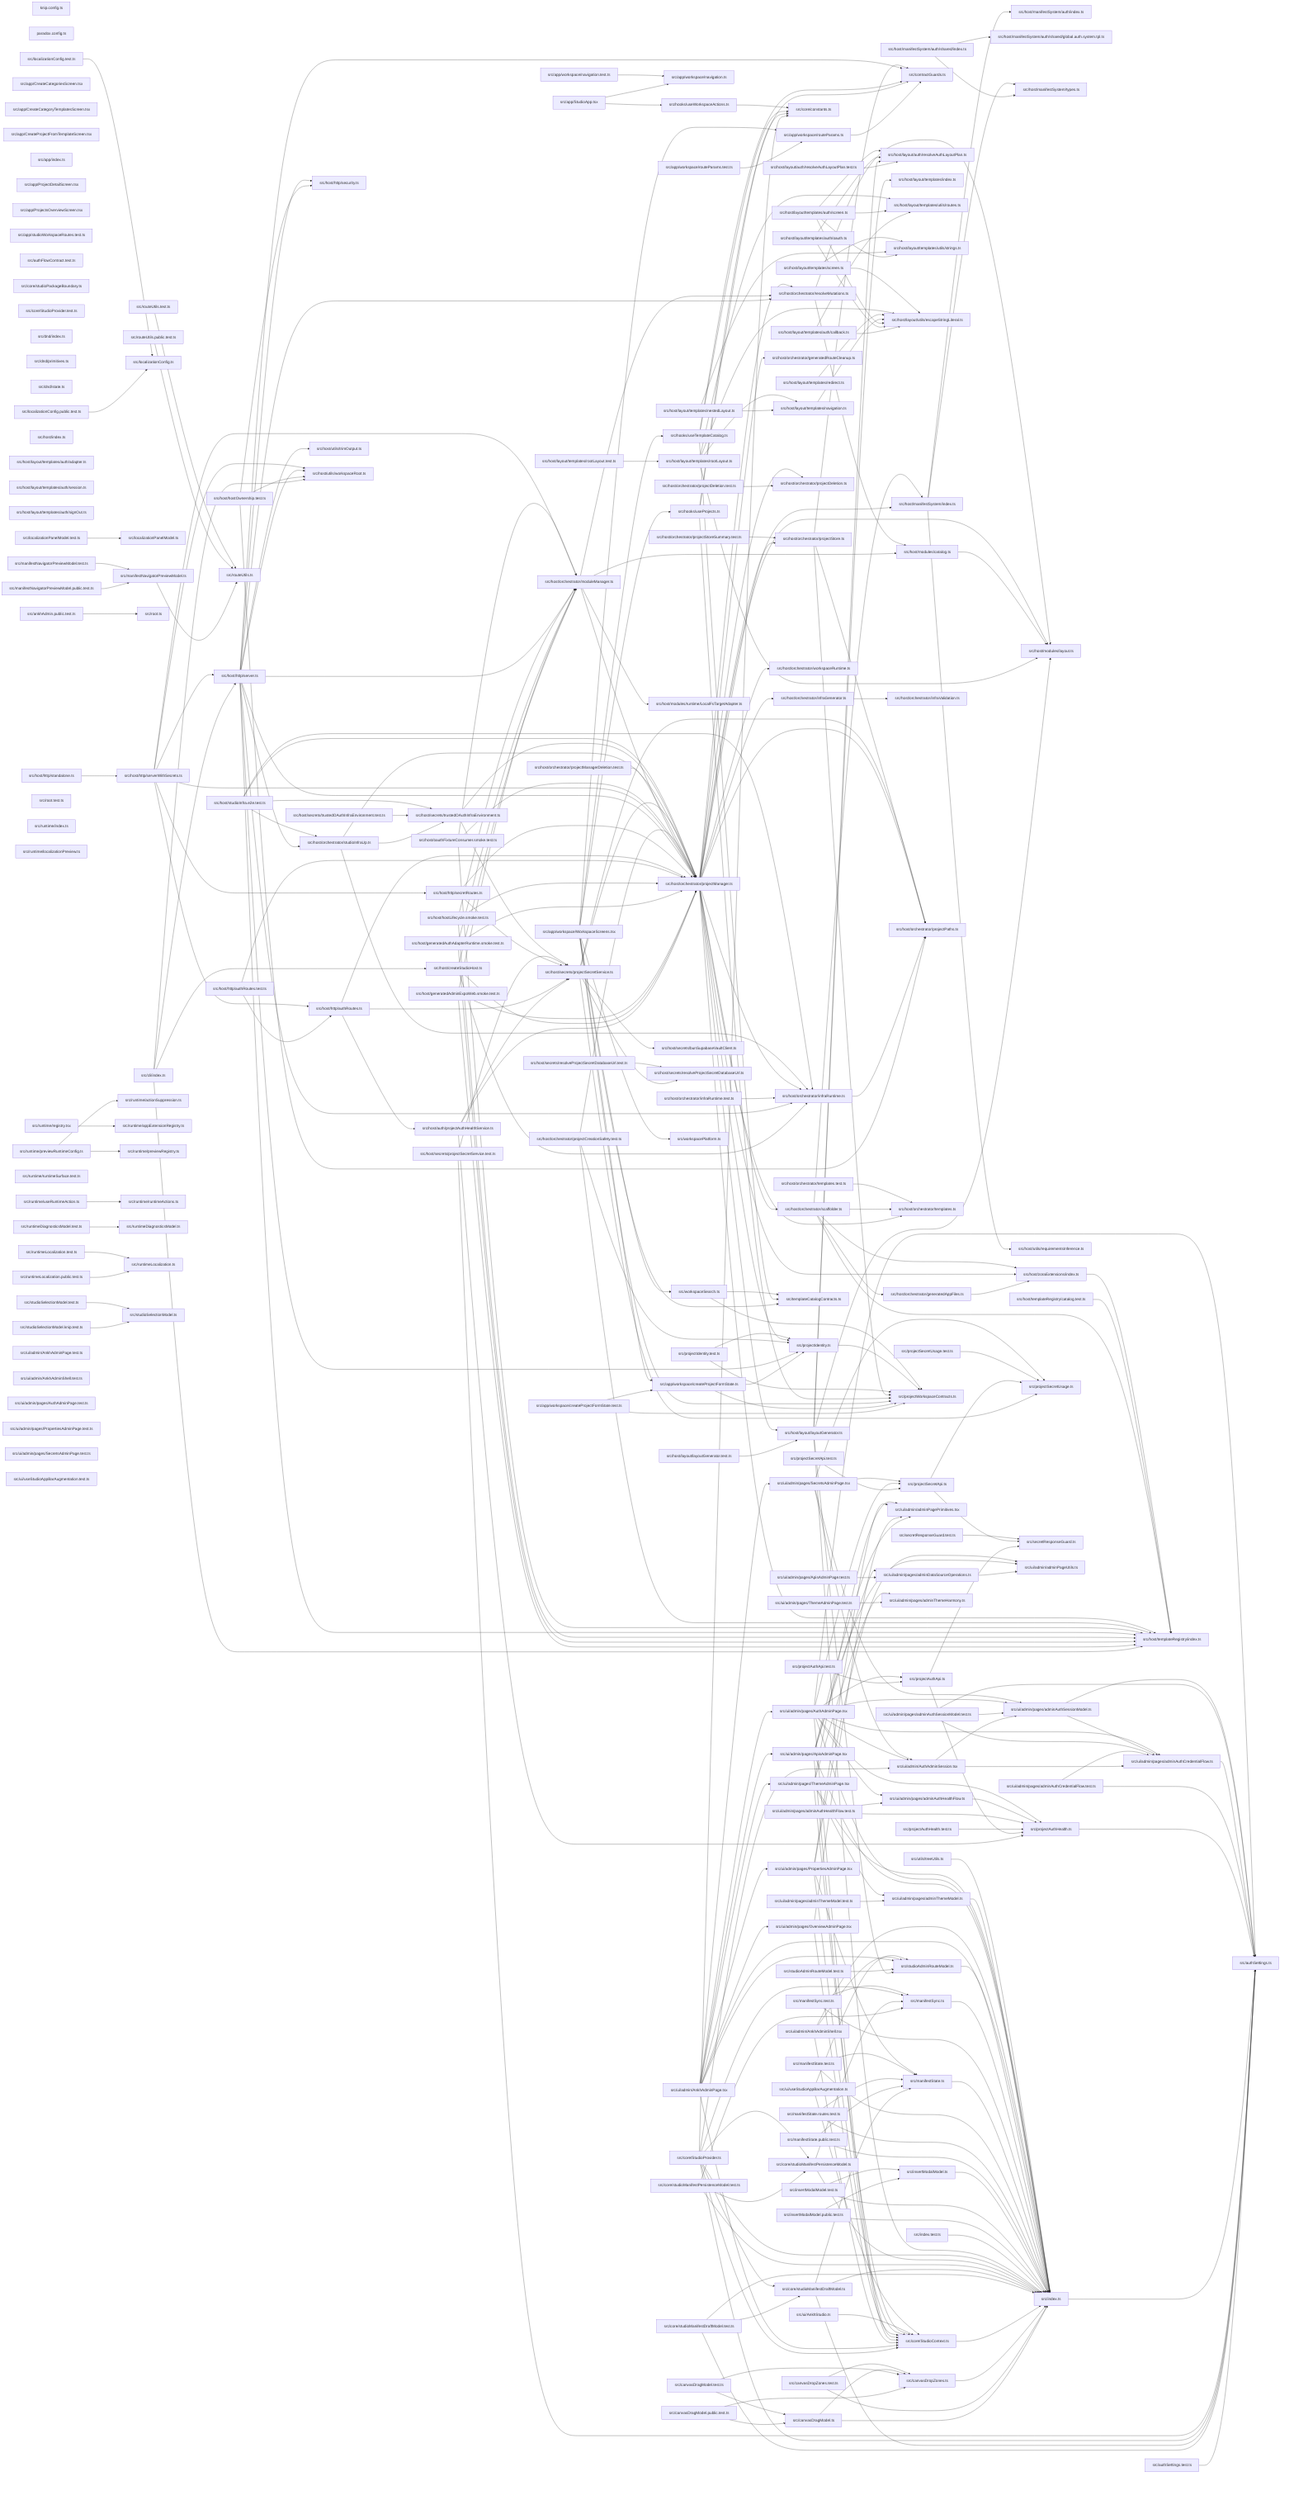
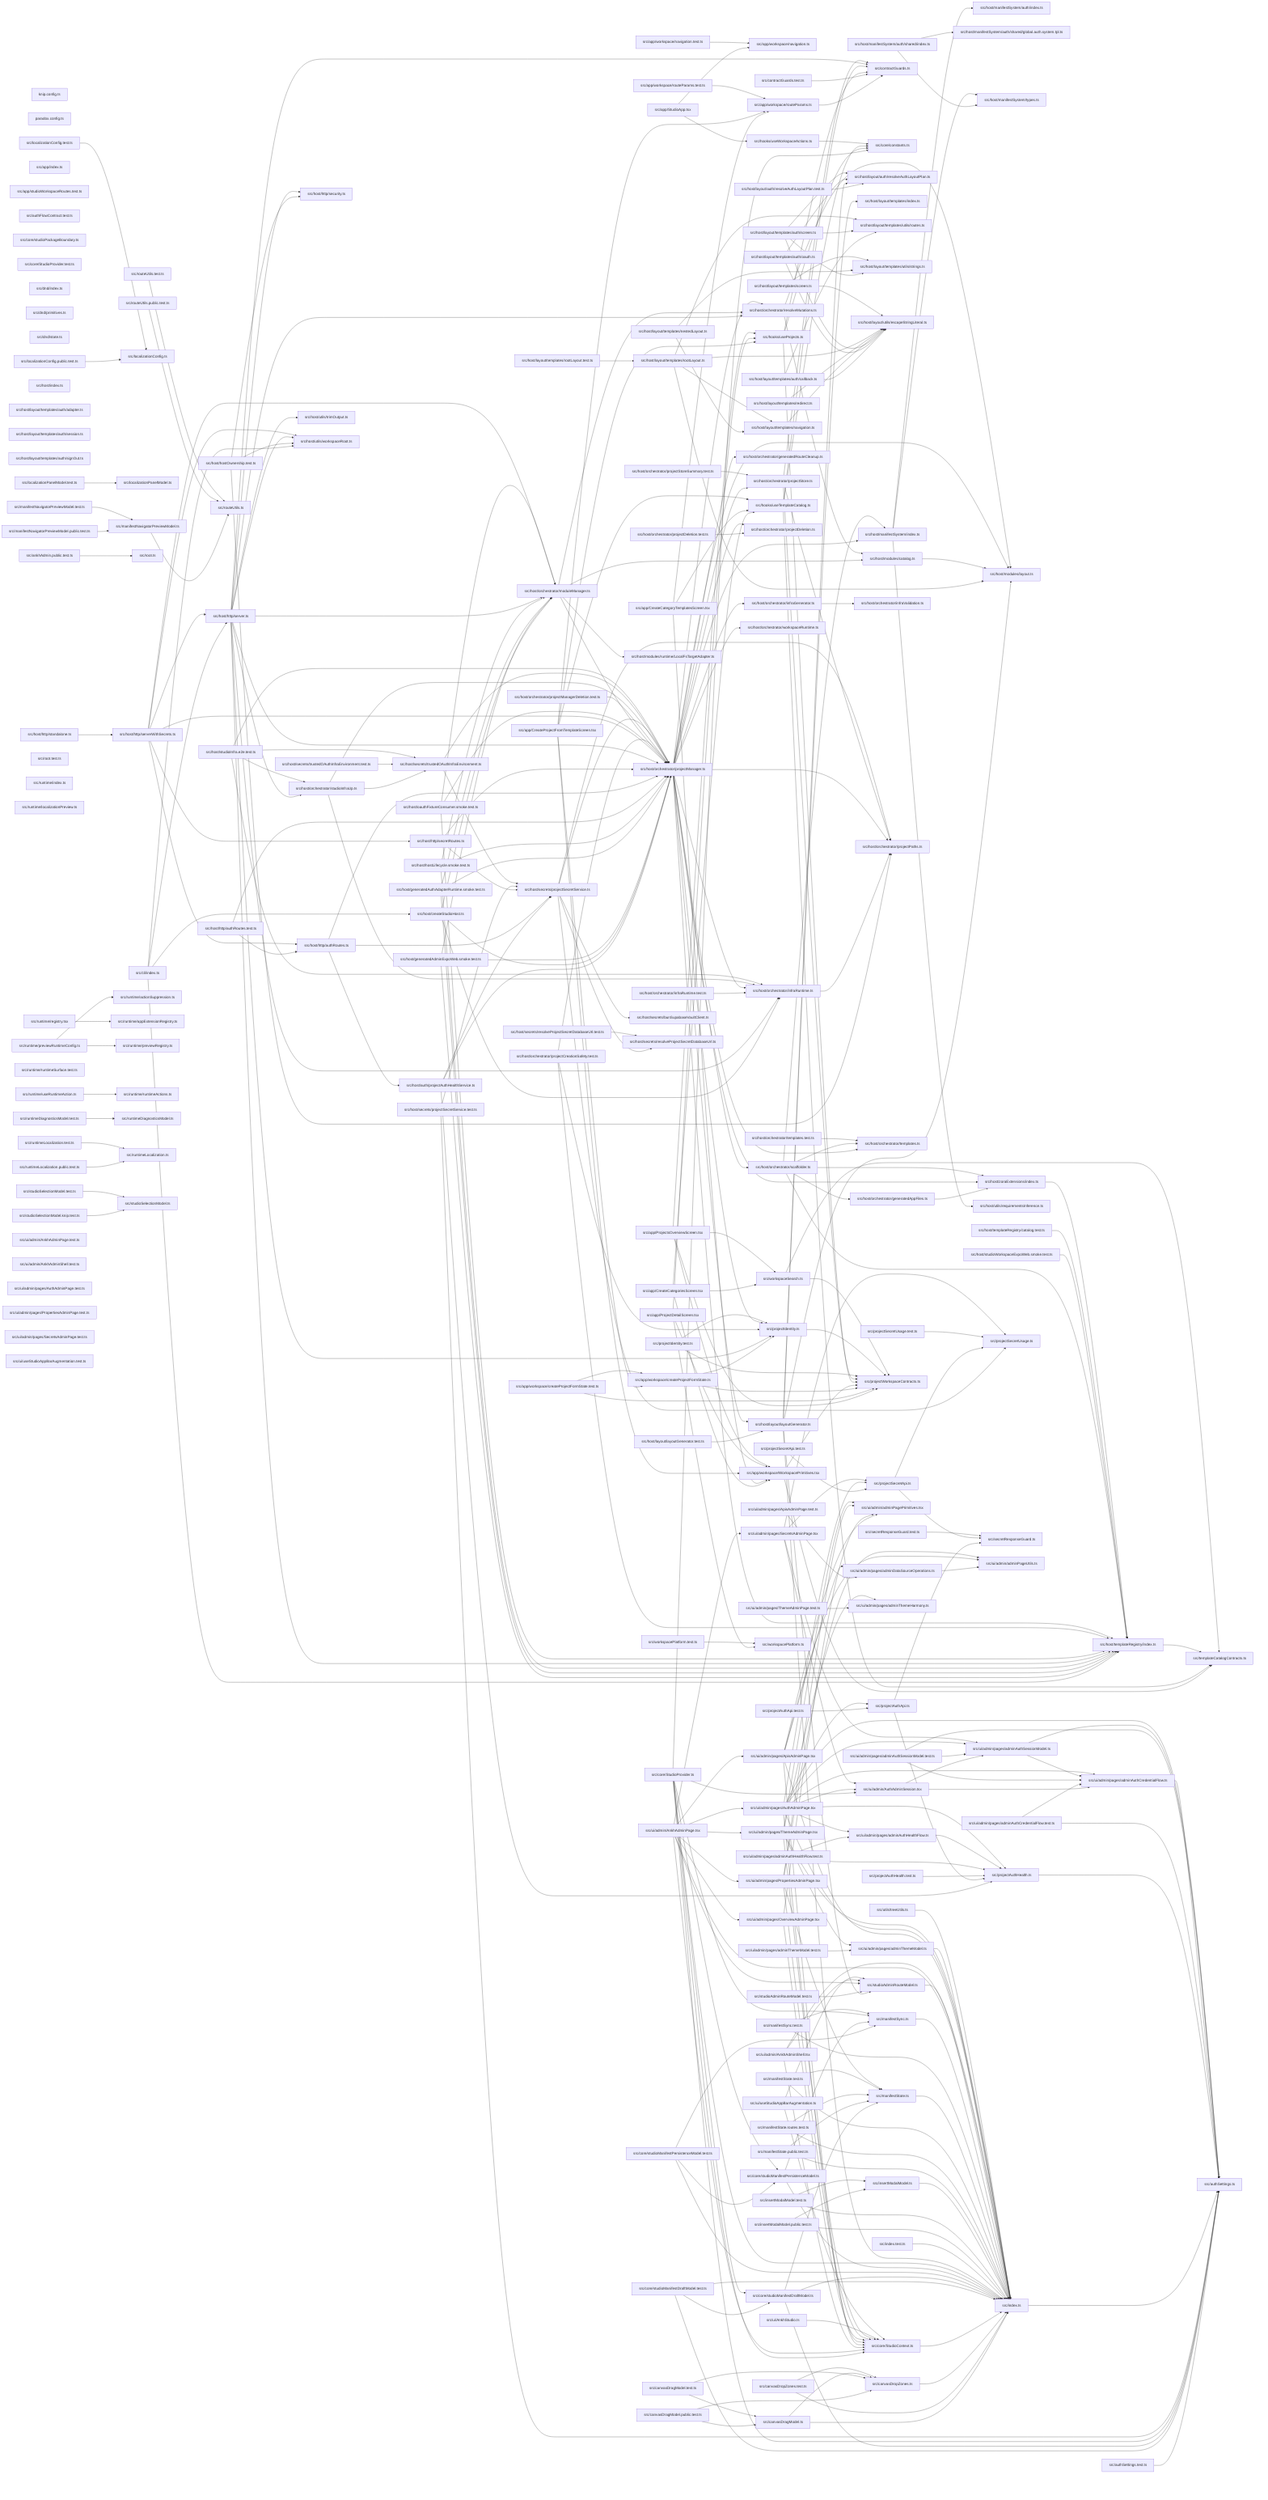
graph LR
  module_knip_config_ts["knip.config.ts"]
  module_paradox_config_ts["paradox.config.ts"]
  module_src_ankhAdmin_public_test_ts["src/ankhAdmin.public.test.ts"]
  module_src_app_CreateCategoriesScreen_tsx["src/app/CreateCategoriesScreen.tsx"]
  module_src_app_CreateCategoryTemplatesScreen_tsx["src/app/CreateCategoryTemplatesScreen.tsx"]
  module_src_app_CreateProjectFromTemplateScreen_tsx["src/app/CreateProjectFromTemplateScreen.tsx"]
  module_src_app_index_ts["src/app/index.ts"]
  module_src_app_ProjectDetailScreen_tsx["src/app/ProjectDetailScreen.tsx"]
  module_src_app_ProjectsOverviewScreen_tsx["src/app/ProjectsOverviewScreen.tsx"]
  module_src_app_StudioApp_tsx["src/app/StudioApp.tsx"]
  module_src_app_studioWorkspaceRoutes_test_ts["src/app/studioWorkspaceRoutes.test.ts"]
  module_src_app_workspace_createProjectFormState_test_ts["src/app/workspace/createProjectFormState.test.ts"]
  module_src_app_workspace_createProjectFormState_ts["src/app/workspace/createProjectFormState.ts"]
  module_src_app_workspace_navigation_test_ts["src/app/workspace/navigation.test.ts"]
  module_src_app_workspace_navigation_ts["src/app/workspace/navigation.ts"]
  module_src_app_workspace_routeParams_test_ts["src/app/workspace/routeParams.test.ts"]
  module_src_app_workspace_routeParams_ts["src/app/workspace/routeParams.ts"]
-   module_src_app_workspace_WorkspaceScreens_tsx["src/app/workspace/WorkspaceScreens.tsx"]
+   module_src_app_workspace_WorkspacePrimitives_tsx["src/app/workspace/WorkspacePrimitives.tsx"]
  module_src_authFlowContract_test_ts["src/authFlowContract.test.ts"]
  module_src_authSettings_test_ts["src/authSettings.test.ts"]
  module_src_authSettings_ts["src/authSettings.ts"]
  module_src_canvasDragModel_public_test_ts["src/canvasDragModel.public.test.ts"]
  module_src_canvasDragModel_test_ts["src/canvasDragModel.test.ts"]
  module_src_canvasDragModel_ts["src/canvasDragModel.ts"]
  module_src_canvasDropZones_test_ts["src/canvasDropZones.test.ts"]
  module_src_canvasDropZones_ts["src/canvasDropZones.ts"]
  module_src_cli_index_ts["src/cli/index.ts"]
+   module_src_contractGuards_test_ts["src/contractGuards.test.ts"]
  module_src_contractGuards_ts["src/contractGuards.ts"]
  module_src_core_constants_ts["src/core/constants.ts"]
  module_src_core_StudioContext_ts["src/core/StudioContext.ts"]
  module_src_core_studioManifestDraftModel_test_ts["src/core/studioManifestDraftModel.test.ts"]
  module_src_core_studioManifestDraftModel_ts["src/core/studioManifestDraftModel.ts"]
  module_src_core_studioManifestPersistenceModel_test_ts["src/core/studioManifestPersistenceModel.test.ts"]
  module_src_core_studioManifestPersistenceModel_ts["src/core/studioManifestPersistenceModel.ts"]
  module_src_core_studioPackageBoundary_ts["src/core/studioPackageBoundary.ts"]
  module_src_core_StudioProvider_test_ts["src/core/StudioProvider.test.ts"]
  module_src_core_StudioProvider_ts["src/core/StudioProvider.ts"]
  module_src_dnd_index_ts["src/dnd/index.ts"]
  module_src_dnd_primitives_ts["src/dnd/primitives.ts"]
  module_src_dnd_state_ts["src/dnd/state.ts"]
  module_src_hooks_useProjects_ts["src/hooks/useProjects.ts"]
  module_src_hooks_useTemplateCatalog_ts["src/hooks/useTemplateCatalog.ts"]
  module_src_hooks_useWorkspaceActions_ts["src/hooks/useWorkspaceActions.ts"]
  module_src_host_auth_projectAuthHealthService_ts["src/host/auth/projectAuthHealthService.ts"]
  module_src_host_createStudioHost_ts["src/host/createStudioHost.ts"]
  module_src_host_generatedAdminExpoWeb_smoke_test_ts["src/host/generatedAdminExpoWeb.smoke.test.ts"]
  module_src_host_generatedAuthAdapterRuntime_smoke_test_ts["src/host/generatedAuthAdapterRuntime.smoke.test.ts"]
  module_src_host_hostLifecycle_smoke_test_ts["src/host/hostLifecycle.smoke.test.ts"]
  module_src_host_hostOwnership_test_ts["src/host/hostOwnership.test.ts"]
  module_src_host_http_authRoutes_test_ts["src/host/http/authRoutes.test.ts"]
  module_src_host_http_authRoutes_ts["src/host/http/authRoutes.ts"]
  module_src_host_http_secretRoutes_ts["src/host/http/secretRoutes.ts"]
  module_src_host_http_security_ts["src/host/http/security.ts"]
  module_src_host_http_server_ts["src/host/http/server.ts"]
  module_src_host_http_serverWithSecrets_ts["src/host/http/serverWithSecrets.ts"]
  module_src_host_http_standalone_ts["src/host/http/standalone.ts"]
  module_src_host_index_ts["src/host/index.ts"]
  module_src_host_layout_auth_resolveAuthLayoutPlan_test_ts["src/host/layout/auth/resolveAuthLayoutPlan.test.ts"]
  module_src_host_layout_auth_resolveAuthLayoutPlan_ts["src/host/layout/auth/resolveAuthLayoutPlan.ts"]
  module_src_host_layout_layoutGenerator_test_ts["src/host/layout/layoutGenerator.test.ts"]
  module_src_host_layout_layoutGenerator_ts["src/host/layout/layoutGenerator.ts"]
  module_src_host_layout_templates_auth_adapter_ts["src/host/layout/templates/auth/adapter.ts"]
  module_src_host_layout_templates_auth_callback_ts["src/host/layout/templates/auth/callback.ts"]
  module_src_host_layout_templates_auth_oauth_ts["src/host/layout/templates/auth/oauth.ts"]
  module_src_host_layout_templates_auth_screen_ts["src/host/layout/templates/auth/screen.ts"]
  module_src_host_layout_templates_auth_session_ts["src/host/layout/templates/auth/session.ts"]
  module_src_host_layout_templates_auth_signOut_ts["src/host/layout/templates/auth/signOut.ts"]
  module_src_host_layout_templates_index_ts["src/host/layout/templates/index.ts"]
  module_src_host_layout_templates_navigation_ts["src/host/layout/templates/navigation.ts"]
  module_src_host_layout_templates_nestedLayout_ts["src/host/layout/templates/nestedLayout.ts"]
  module_src_host_layout_templates_redirect_ts["src/host/layout/templates/redirect.ts"]
  module_src_host_layout_templates_rootLayout_test_ts["src/host/layout/templates/rootLayout.test.ts"]
  module_src_host_layout_templates_rootLayout_ts["src/host/layout/templates/rootLayout.ts"]
  module_src_host_layout_templates_screen_ts["src/host/layout/templates/screen.ts"]
  module_src_host_layout_templates_utils_routes_ts["src/host/layout/templates/utils/routes.ts"]
  module_src_host_layout_templates_utils_strings_ts["src/host/layout/templates/utils/strings.ts"]
  module_src_host_layout_utils_escapeStringLiteral_ts["src/host/layout/utils/escapeStringLiteral.ts"]
  module_src_host_manifestSystem_auth_index_ts["src/host/manifestSystem/auth/index.ts"]
  module_src_host_manifestSystem_auth_shared_global_auth_system_tpl_ts["src/host/manifestSystem/auth/shared/global.auth.system.tpl.ts"]
  module_src_host_manifestSystem_auth_shared_index_ts["src/host/manifestSystem/auth/shared/index.ts"]
  module_src_host_manifestSystem_index_ts["src/host/manifestSystem/index.ts"]
  module_src_host_manifestSystem_types_ts["src/host/manifestSystem/types.ts"]
  module_src_host_modules_catalog_ts["src/host/modules/catalog.ts"]
  module_src_host_modules_layout_ts["src/host/modules/layout.ts"]
  module_src_host_modules_runtime_LocalFsTargetAdapter_ts["src/host/modules/runtime/LocalFsTargetAdapter.ts"]
  module_src_host_oauthFixtureConsumer_smoke_test_ts["src/host/oauthFixtureConsumer.smoke.test.ts"]
  module_src_host_orchestrator_generatedAppFiles_ts["src/host/orchestrator/generatedAppFiles.ts"]
  module_src_host_orchestrator_generatedRouteCleanup_ts["src/host/orchestrator/generatedRouteCleanup.ts"]
  module_src_host_orchestrator_infraGenerator_ts["src/host/orchestrator/infraGenerator.ts"]
  module_src_host_orchestrator_infraRuntime_test_ts["src/host/orchestrator/infraRuntime.test.ts"]
  module_src_host_orchestrator_infraRuntime_ts["src/host/orchestrator/infraRuntime.ts"]
  module_src_host_orchestrator_infraValidation_ts["src/host/orchestrator/infraValidation.ts"]
  module_src_host_orchestrator_moduleManager_ts["src/host/orchestrator/moduleManager.ts"]
  module_src_host_orchestrator_projectCreationSafety_test_ts["src/host/orchestrator/projectCreationSafety.test.ts"]
  module_src_host_orchestrator_projectDeletion_test_ts["src/host/orchestrator/projectDeletion.test.ts"]
  module_src_host_orchestrator_projectDeletion_ts["src/host/orchestrator/projectDeletion.ts"]
  module_src_host_orchestrator_projectManager_ts["src/host/orchestrator/projectManager.ts"]
  module_src_host_orchestrator_projectManagerDeletion_test_ts["src/host/orchestrator/projectManagerDeletion.test.ts"]
  module_src_host_orchestrator_projectPaths_ts["src/host/orchestrator/projectPaths.ts"]
  module_src_host_orchestrator_projectStore_ts["src/host/orchestrator/projectStore.ts"]
  module_src_host_orchestrator_projectStoreSummary_test_ts["src/host/orchestrator/projectStoreSummary.test.ts"]
  module_src_host_orchestrator_resolveMutations_ts["src/host/orchestrator/resolveMutations.ts"]
  module_src_host_orchestrator_scaffolder_ts["src/host/orchestrator/scaffolder.ts"]
  module_src_host_orchestrator_studioInfraUp_ts["src/host/orchestrator/studioInfraUp.ts"]
  module_src_host_orchestrator_templates_test_ts["src/host/orchestrator/templates.test.ts"]
  module_src_host_orchestrator_templates_ts["src/host/orchestrator/templates.ts"]
  module_src_host_orchestrator_workspaceRuntime_ts["src/host/orchestrator/workspaceRuntime.ts"]
  module_src_host_secrets_bunSupabaseVaultClient_ts["src/host/secrets/bunSupabaseVaultClient.ts"]
  module_src_host_secrets_projectSecretService_test_ts["src/host/secrets/projectSecretService.test.ts"]
  module_src_host_secrets_projectSecretService_ts["src/host/secrets/projectSecretService.ts"]
  module_src_host_secrets_resolveProjectSecretDatabaseUrl_test_ts["src/host/secrets/resolveProjectSecretDatabaseUrl.test.ts"]
  module_src_host_secrets_resolveProjectSecretDatabaseUrl_ts["src/host/secrets/resolveProjectSecretDatabaseUrl.ts"]
  module_src_host_secrets_trustedOAuthInfraEnvironment_test_ts["src/host/secrets/trustedOAuthInfraEnvironment.test.ts"]
  module_src_host_secrets_trustedOAuthInfraEnvironment_ts["src/host/secrets/trustedOAuthInfraEnvironment.ts"]
  module_src_host_studioInfra_e2e_test_ts["src/host/studioInfra.e2e.test.ts"]
+   module_src_host_studioWorkspaceExpoWeb_smoke_test_ts["src/host/studioWorkspaceExpoWeb.smoke.test.ts"]
  module_src_host_templateRegistry_catalog_test_ts["src/host/templateRegistry/catalog.test.ts"]
  module_src_host_templateRegistry_index_ts["src/host/templateRegistry/index.ts"]
  module_src_host_utils_requirementsInference_ts["src/host/utils/requirementsInference.ts"]
  module_src_host_utils_trimOutput_ts["src/host/utils/trimOutput.ts"]
  module_src_host_utils_workspaceRoot_ts["src/host/utils/workspaceRoot.ts"]
  module_src_host_zoraExtensions_index_ts["src/host/zoraExtensions/index.ts"]
  module_src_index_test_ts["src/index.test.ts"]
  module_src_index_ts["src/index.ts"]
  module_src_insertModalModel_public_test_ts["src/insertModalModel.public.test.ts"]
  module_src_insertModalModel_test_ts["src/insertModalModel.test.ts"]
  module_src_insertModalModel_ts["src/insertModalModel.ts"]
  module_src_localizationConfig_public_test_ts["src/localizationConfig.public.test.ts"]
  module_src_localizationConfig_test_ts["src/localizationConfig.test.ts"]
  module_src_localizationConfig_ts["src/localizationConfig.ts"]
  module_src_localizationPanelModel_test_ts["src/localizationPanelModel.test.ts"]
  module_src_localizationPanelModel_ts["src/localizationPanelModel.ts"]
  module_src_manifestNavigatorPreviewModel_public_test_ts["src/manifestNavigatorPreviewModel.public.test.ts"]
  module_src_manifestNavigatorPreviewModel_test_ts["src/manifestNavigatorPreviewModel.test.ts"]
  module_src_manifestNavigatorPreviewModel_ts["src/manifestNavigatorPreviewModel.ts"]
  module_src_manifestState_public_test_ts["src/manifestState.public.test.ts"]
  module_src_manifestState_routes_test_ts["src/manifestState.routes.test.ts"]
  module_src_manifestState_test_ts["src/manifestState.test.ts"]
  module_src_manifestState_ts["src/manifestState.ts"]
  module_src_manifestSync_test_ts["src/manifestSync.test.ts"]
  module_src_manifestSync_ts["src/manifestSync.ts"]
  module_src_projectAuthApi_test_ts["src/projectAuthApi.test.ts"]
  module_src_projectAuthApi_ts["src/projectAuthApi.ts"]
  module_src_projectAuthHealth_test_ts["src/projectAuthHealth.test.ts"]
  module_src_projectAuthHealth_ts["src/projectAuthHealth.ts"]
  module_src_projectIdentity_test_ts["src/projectIdentity.test.ts"]
  module_src_projectIdentity_ts["src/projectIdentity.ts"]
  module_src_projectSecretApi_test_ts["src/projectSecretApi.test.ts"]
  module_src_projectSecretApi_ts["src/projectSecretApi.ts"]
  module_src_projectSecretUsage_test_ts["src/projectSecretUsage.test.ts"]
  module_src_projectSecretUsage_ts["src/projectSecretUsage.ts"]
  module_src_projectWorkspaceContracts_ts["src/projectWorkspaceContracts.ts"]
  module_src_root_test_ts["src/root.test.ts"]
  module_src_root_ts["src/root.ts"]
  module_src_routeUtils_public_test_ts["src/routeUtils.public.test.ts"]
  module_src_routeUtils_test_ts["src/routeUtils.test.ts"]
  module_src_routeUtils_ts["src/routeUtils.ts"]
  module_src_runtime_actionSuppression_ts["src/runtime/actionSuppression.ts"]
  module_src_runtime_appExtensionRegistry_ts["src/runtime/appExtensionRegistry.ts"]
  module_src_runtime_index_ts["src/runtime/index.ts"]
  module_src_runtime_localizationPreview_ts["src/runtime/localizationPreview.ts"]
  module_src_runtime_previewRegistry_ts["src/runtime/previewRegistry.ts"]
  module_src_runtime_previewRuntimeConfig_ts["src/runtime/previewRuntimeConfig.ts"]
  module_src_runtime_registry_tsx["src/runtime/registry.tsx"]
  module_src_runtime_runtimeActions_ts["src/runtime/runtimeActions.ts"]
  module_src_runtime_runtimeSurface_test_ts["src/runtime/runtimeSurface.test.ts"]
  module_src_runtime_useRuntimeAction_ts["src/runtime/useRuntimeAction.ts"]
  module_src_runtimeDiagnosticsModel_test_ts["src/runtimeDiagnosticsModel.test.ts"]
  module_src_runtimeDiagnosticsModel_ts["src/runtimeDiagnosticsModel.ts"]
  module_src_runtimeLocalization_public_test_ts["src/runtimeLocalization.public.test.ts"]
  module_src_runtimeLocalization_test_ts["src/runtimeLocalization.test.ts"]
  module_src_runtimeLocalization_ts["src/runtimeLocalization.ts"]
  module_src_secretResponseGuard_test_ts["src/secretResponseGuard.test.ts"]
  module_src_secretResponseGuard_ts["src/secretResponseGuard.ts"]
  module_src_studioAdminRouteModel_test_ts["src/studioAdminRouteModel.test.ts"]
  module_src_studioAdminRouteModel_ts["src/studioAdminRouteModel.ts"]
  module_src_studioSelectionModel_knip_test_ts["src/studioSelectionModel.knip.test.ts"]
  module_src_studioSelectionModel_test_ts["src/studioSelectionModel.test.ts"]
  module_src_studioSelectionModel_ts["src/studioSelectionModel.ts"]
  module_src_templateCatalogContracts_ts["src/templateCatalogContracts.ts"]
  module_src_ui_admin_adminPagePrimitives_tsx["src/ui/admin/adminPagePrimitives.tsx"]
  module_src_ui_admin_adminPageUtils_ts["src/ui/admin/adminPageUtils.ts"]
  module_src_ui_admin_AnkhAdminPage_test_ts["src/ui/admin/AnkhAdminPage.test.ts"]
  module_src_ui_admin_AnkhAdminPage_tsx["src/ui/admin/AnkhAdminPage.tsx"]
  module_src_ui_admin_AnkhAdminShell_test_ts["src/ui/admin/AnkhAdminShell.test.ts"]
  module_src_ui_admin_AnkhAdminShell_tsx["src/ui/admin/AnkhAdminShell.tsx"]
  module_src_ui_admin_AuthAdminSession_tsx["src/ui/admin/AuthAdminSession.tsx"]
  module_src_ui_admin_pages_adminAuthCredentialFlow_test_ts["src/ui/admin/pages/adminAuthCredentialFlow.test.ts"]
  module_src_ui_admin_pages_adminAuthCredentialFlow_ts["src/ui/admin/pages/adminAuthCredentialFlow.ts"]
  module_src_ui_admin_pages_adminAuthHealthFlow_test_ts["src/ui/admin/pages/adminAuthHealthFlow.test.ts"]
  module_src_ui_admin_pages_adminAuthHealthFlow_ts["src/ui/admin/pages/adminAuthHealthFlow.ts"]
  module_src_ui_admin_pages_adminAuthSessionModel_test_ts["src/ui/admin/pages/adminAuthSessionModel.test.ts"]
  module_src_ui_admin_pages_adminAuthSessionModel_ts["src/ui/admin/pages/adminAuthSessionModel.ts"]
  module_src_ui_admin_pages_adminDataSourceOperations_ts["src/ui/admin/pages/adminDataSourceOperations.ts"]
  module_src_ui_admin_pages_adminThemeHarmony_ts["src/ui/admin/pages/adminThemeHarmony.ts"]
  module_src_ui_admin_pages_adminThemeModel_test_ts["src/ui/admin/pages/adminThemeModel.test.ts"]
  module_src_ui_admin_pages_adminThemeModel_ts["src/ui/admin/pages/adminThemeModel.ts"]
  module_src_ui_admin_pages_ApisAdminPage_test_ts["src/ui/admin/pages/ApisAdminPage.test.ts"]
  module_src_ui_admin_pages_ApisAdminPage_tsx["src/ui/admin/pages/ApisAdminPage.tsx"]
  module_src_ui_admin_pages_AuthAdminPage_test_ts["src/ui/admin/pages/AuthAdminPage.test.ts"]
  module_src_ui_admin_pages_AuthAdminPage_tsx["src/ui/admin/pages/AuthAdminPage.tsx"]
  module_src_ui_admin_pages_OverviewAdminPage_tsx["src/ui/admin/pages/OverviewAdminPage.tsx"]
  module_src_ui_admin_pages_PropertiesAdminPage_test_ts["src/ui/admin/pages/PropertiesAdminPage.test.ts"]
  module_src_ui_admin_pages_PropertiesAdminPage_tsx["src/ui/admin/pages/PropertiesAdminPage.tsx"]
  module_src_ui_admin_pages_SecretsAdminPage_test_ts["src/ui/admin/pages/SecretsAdminPage.test.ts"]
  module_src_ui_admin_pages_SecretsAdminPage_tsx["src/ui/admin/pages/SecretsAdminPage.tsx"]
  module_src_ui_admin_pages_ThemeAdminPage_test_ts["src/ui/admin/pages/ThemeAdminPage.test.ts"]
  module_src_ui_admin_pages_ThemeAdminPage_tsx["src/ui/admin/pages/ThemeAdminPage.tsx"]
  module_src_ui_AnkhStudio_ts["src/ui/AnkhStudio.ts"]
  module_src_ui_useStudioAppBarAugmentation_test_ts["src/ui/useStudioAppBarAugmentation.test.ts"]
  module_src_ui_useStudioAppBarAugmentation_ts["src/ui/useStudioAppBarAugmentation.ts"]
  module_src_utils_treeUtils_ts["src/utils/treeUtils.ts"]
+   module_src_workspacePlatform_test_ts["src/workspacePlatform.test.ts"]
  module_src_workspacePlatform_ts["src/workspacePlatform.ts"]
  module_src_workspaceSearch_ts["src/workspaceSearch.ts"]
  module_src_ankhAdmin_public_test_ts --> module_src_root_ts
+   module_src_app_CreateCategoriesScreen_tsx --> module_src_app_workspace_WorkspacePrimitives_tsx
+   module_src_app_CreateCategoriesScreen_tsx --> module_src_hooks_useTemplateCatalog_ts
+   module_src_app_CreateCategoriesScreen_tsx --> module_src_workspaceSearch_ts
+   module_src_app_CreateCategoryTemplatesScreen_tsx --> module_src_app_workspace_routeParams_ts
+   module_src_app_CreateCategoryTemplatesScreen_tsx --> module_src_app_workspace_WorkspacePrimitives_tsx
+   module_src_app_CreateCategoryTemplatesScreen_tsx --> module_src_hooks_useTemplateCatalog_ts
+   module_src_app_CreateProjectFromTemplateScreen_tsx --> module_src_app_workspace_createProjectFormState_ts
+   module_src_app_CreateProjectFromTemplateScreen_tsx --> module_src_app_workspace_routeParams_ts
+   module_src_app_CreateProjectFromTemplateScreen_tsx --> module_src_app_workspace_WorkspacePrimitives_tsx
+   module_src_app_CreateProjectFromTemplateScreen_tsx --> module_src_hooks_useProjects_ts
+   module_src_app_CreateProjectFromTemplateScreen_tsx --> module_src_hooks_useTemplateCatalog_ts
+   module_src_app_ProjectDetailScreen_tsx --> module_src_app_workspace_WorkspacePrimitives_tsx
+   module_src_app_ProjectDetailScreen_tsx --> module_src_hooks_useProjects_ts
+   module_src_app_ProjectDetailScreen_tsx --> module_src_workspacePlatform_ts
+   module_src_app_ProjectsOverviewScreen_tsx --> module_src_app_workspace_WorkspacePrimitives_tsx
+   module_src_app_ProjectsOverviewScreen_tsx --> module_src_hooks_useProjects_ts
+   module_src_app_ProjectsOverviewScreen_tsx --> module_src_projectWorkspaceContracts_ts
+   module_src_app_ProjectsOverviewScreen_tsx --> module_src_workspaceSearch_ts
  module_src_app_StudioApp_tsx --> module_src_app_workspace_navigation_ts
  module_src_app_StudioApp_tsx --> module_src_hooks_useWorkspaceActions_ts
  module_src_app_workspace_createProjectFormState_test_ts --> module_src_app_workspace_createProjectFormState_ts
  module_src_app_workspace_createProjectFormState_test_ts --> module_src_projectWorkspaceContracts_ts
  module_src_app_workspace_createProjectFormState_ts --> module_src_projectIdentity_ts
  module_src_app_workspace_createProjectFormState_ts --> module_src_projectWorkspaceContracts_ts
  module_src_app_workspace_navigation_test_ts --> module_src_app_workspace_navigation_ts
  module_src_app_workspace_routeParams_test_ts --> module_src_app_workspace_routeParams_ts
  module_src_app_workspace_routeParams_ts --> module_src_contractGuards_ts
-   module_src_app_workspace_WorkspaceScreens_tsx --> module_src_app_workspace_createProjectFormState_ts
-   module_src_app_workspace_WorkspaceScreens_tsx --> module_src_app_workspace_routeParams_ts
-   module_src_app_workspace_WorkspaceScreens_tsx --> module_src_hooks_useProjects_ts
-   module_src_app_workspace_WorkspaceScreens_tsx --> module_src_hooks_useTemplateCatalog_ts
-   module_src_app_workspace_WorkspaceScreens_tsx --> module_src_projectWorkspaceContracts_ts
-   module_src_app_workspace_WorkspaceScreens_tsx --> module_src_templateCatalogContracts_ts
-   module_src_app_workspace_WorkspaceScreens_tsx --> module_src_workspacePlatform_ts
-   module_src_app_workspace_WorkspaceScreens_tsx --> module_src_workspaceSearch_ts
+   module_src_app_workspace_WorkspacePrimitives_tsx --> module_src_projectWorkspaceContracts_ts
+   module_src_app_workspace_WorkspacePrimitives_tsx --> module_src_templateCatalogContracts_ts
  module_src_authSettings_test_ts --> module_src_authSettings_ts
  module_src_canvasDragModel_public_test_ts --> module_src_canvasDragModel_ts
  module_src_canvasDragModel_public_test_ts --> module_src_canvasDropZones_ts
  module_src_canvasDragModel_test_ts --> module_src_canvasDragModel_ts
  module_src_canvasDragModel_test_ts --> module_src_canvasDropZones_ts
  module_src_canvasDragModel_ts --> module_src_canvasDropZones_ts
  module_src_canvasDragModel_ts --> module_src_index_ts
  module_src_canvasDropZones_test_ts --> module_src_canvasDropZones_ts
  module_src_canvasDropZones_test_ts --> module_src_index_ts
  module_src_canvasDropZones_ts --> module_src_index_ts
  module_src_cli_index_ts --> module_src_host_createStudioHost_ts
  module_src_cli_index_ts --> module_src_host_http_server_ts
  module_src_cli_index_ts --> module_src_host_templateRegistry_index_ts
  module_src_cli_index_ts --> module_src_host_utils_workspaceRoot_ts
+   module_src_contractGuards_test_ts --> module_src_contractGuards_ts
  module_src_core_StudioContext_ts --> module_src_index_ts
  module_src_core_studioManifestDraftModel_test_ts --> module_src_authSettings_ts
  module_src_core_studioManifestDraftModel_test_ts --> module_src_core_studioManifestDraftModel_ts
  module_src_core_studioManifestDraftModel_test_ts --> module_src_index_ts
  module_src_core_studioManifestDraftModel_ts --> module_src_authSettings_ts
  module_src_core_studioManifestDraftModel_ts --> module_src_index_ts
  module_src_core_studioManifestDraftModel_ts --> module_src_manifestState_ts
  module_src_core_studioManifestPersistenceModel_test_ts --> module_src_core_studioManifestPersistenceModel_ts
  module_src_core_studioManifestPersistenceModel_test_ts --> module_src_index_ts
  module_src_core_studioManifestPersistenceModel_test_ts --> module_src_manifestSync_ts
  module_src_core_studioManifestPersistenceModel_ts --> module_src_index_ts
  module_src_core_studioManifestPersistenceModel_ts --> module_src_manifestSync_ts
  module_src_core_StudioProvider_ts --> module_src_authSettings_ts
  module_src_core_StudioProvider_ts --> module_src_core_constants_ts
  module_src_core_StudioProvider_ts --> module_src_core_StudioContext_ts
  module_src_core_StudioProvider_ts --> module_src_core_studioManifestDraftModel_ts
  module_src_core_StudioProvider_ts --> module_src_core_studioManifestPersistenceModel_ts
  module_src_core_StudioProvider_ts --> module_src_index_ts
  module_src_core_StudioProvider_ts --> module_src_manifestSync_ts
  module_src_core_StudioProvider_ts --> module_src_ui_admin_AuthAdminSession_tsx
  module_src_hooks_useProjects_ts --> module_src_contractGuards_ts
  module_src_hooks_useProjects_ts --> module_src_core_constants_ts
  module_src_hooks_useProjects_ts --> module_src_projectWorkspaceContracts_ts
  module_src_hooks_useTemplateCatalog_ts --> module_src_contractGuards_ts
  module_src_hooks_useTemplateCatalog_ts --> module_src_core_constants_ts
  module_src_hooks_useTemplateCatalog_ts --> module_src_templateCatalogContracts_ts
  module_src_hooks_useWorkspaceActions_ts --> module_src_core_constants_ts
  module_src_host_auth_projectAuthHealthService_ts --> module_src_host_orchestrator_projectManager_ts
  module_src_host_auth_projectAuthHealthService_ts --> module_src_host_secrets_projectSecretService_ts
  module_src_host_auth_projectAuthHealthService_ts --> module_src_projectAuthHealth_ts
  module_src_host_createStudioHost_ts --> module_src_host_orchestrator_infraRuntime_ts
  module_src_host_createStudioHost_ts --> module_src_host_orchestrator_moduleManager_ts
  module_src_host_createStudioHost_ts --> module_src_host_orchestrator_projectManager_ts
  module_src_host_generatedAdminExpoWeb_smoke_test_ts --> module_src_host_orchestrator_moduleManager_ts
  module_src_host_generatedAdminExpoWeb_smoke_test_ts --> module_src_host_orchestrator_projectManager_ts
  module_src_host_generatedAdminExpoWeb_smoke_test_ts --> module_src_host_templateRegistry_index_ts
  module_src_host_generatedAuthAdapterRuntime_smoke_test_ts --> module_src_host_orchestrator_moduleManager_ts
  module_src_host_generatedAuthAdapterRuntime_smoke_test_ts --> module_src_host_orchestrator_projectManager_ts
  module_src_host_generatedAuthAdapterRuntime_smoke_test_ts --> module_src_host_templateRegistry_index_ts
  module_src_host_hostLifecycle_smoke_test_ts --> module_src_host_orchestrator_moduleManager_ts
  module_src_host_hostLifecycle_smoke_test_ts --> module_src_host_orchestrator_projectManager_ts
  module_src_host_hostLifecycle_smoke_test_ts --> module_src_host_templateRegistry_index_ts
  module_src_host_hostOwnership_test_ts --> module_src_host_http_security_ts
  module_src_host_hostOwnership_test_ts --> module_src_host_orchestrator_projectPaths_ts
  module_src_host_hostOwnership_test_ts --> module_src_host_utils_workspaceRoot_ts
  module_src_host_http_authRoutes_test_ts --> module_src_host_http_authRoutes_ts
  module_src_host_http_authRoutes_test_ts --> module_src_host_orchestrator_projectManager_ts
  module_src_host_http_authRoutes_ts --> module_src_host_auth_projectAuthHealthService_ts
  module_src_host_http_authRoutes_ts --> module_src_host_orchestrator_projectManager_ts
  module_src_host_http_authRoutes_ts --> module_src_host_secrets_projectSecretService_ts
  module_src_host_http_secretRoutes_ts --> module_src_host_orchestrator_projectManager_ts
  module_src_host_http_secretRoutes_ts --> module_src_host_secrets_projectSecretService_ts
  module_src_host_http_server_ts --> module_src_contractGuards_ts
  module_src_host_http_server_ts --> module_src_host_http_security_ts
  module_src_host_http_server_ts --> module_src_host_orchestrator_infraRuntime_ts
  module_src_host_http_server_ts --> module_src_host_orchestrator_moduleManager_ts
  module_src_host_http_server_ts --> module_src_host_orchestrator_projectManager_ts
  module_src_host_http_server_ts --> module_src_host_orchestrator_resolveMutations_ts
  module_src_host_http_server_ts --> module_src_host_orchestrator_studioInfraUp_ts
  module_src_host_http_server_ts --> module_src_host_templateRegistry_index_ts
  module_src_host_http_server_ts --> module_src_host_utils_trimOutput_ts
  module_src_host_http_server_ts --> module_src_host_utils_workspaceRoot_ts
  module_src_host_http_server_ts --> module_src_projectIdentity_ts
  module_src_host_http_serverWithSecrets_ts --> module_src_host_http_authRoutes_ts
  module_src_host_http_serverWithSecrets_ts --> module_src_host_http_secretRoutes_ts
  module_src_host_http_serverWithSecrets_ts --> module_src_host_http_server_ts
  module_src_host_http_serverWithSecrets_ts --> module_src_host_orchestrator_moduleManager_ts
  module_src_host_http_serverWithSecrets_ts --> module_src_host_orchestrator_projectManager_ts
  module_src_host_http_serverWithSecrets_ts --> module_src_host_utils_workspaceRoot_ts
  module_src_host_http_standalone_ts --> module_src_host_http_serverWithSecrets_ts
  module_src_host_layout_auth_resolveAuthLayoutPlan_test_ts --> module_src_host_layout_auth_resolveAuthLayoutPlan_ts
  module_src_host_layout_layoutGenerator_test_ts --> module_src_host_layout_layoutGenerator_ts
  module_src_host_layout_layoutGenerator_ts --> module_src_host_layout_auth_resolveAuthLayoutPlan_ts
  module_src_host_layout_layoutGenerator_ts --> module_src_host_layout_templates_index_ts
  module_src_host_layout_layoutGenerator_ts --> module_src_host_modules_layout_ts
  module_src_host_layout_layoutGenerator_ts --> module_src_index_ts
  module_src_host_layout_layoutGenerator_ts --> module_src_studioAdminRouteModel_ts
  module_src_host_layout_templates_auth_callback_ts --> module_src_host_layout_templates_utils_routes_ts
  module_src_host_layout_templates_auth_callback_ts --> module_src_host_layout_utils_escapeStringLiteral_ts
  module_src_host_layout_templates_auth_oauth_ts --> module_src_host_layout_auth_resolveAuthLayoutPlan_ts
  module_src_host_layout_templates_auth_oauth_ts --> module_src_host_layout_utils_escapeStringLiteral_ts
  module_src_host_layout_templates_auth_screen_ts --> module_src_host_layout_auth_resolveAuthLayoutPlan_ts
  module_src_host_layout_templates_auth_screen_ts --> module_src_host_layout_templates_utils_routes_ts
  module_src_host_layout_templates_auth_screen_ts --> module_src_host_layout_templates_utils_strings_ts
  module_src_host_layout_templates_auth_screen_ts --> module_src_host_layout_utils_escapeStringLiteral_ts
  module_src_host_layout_templates_navigation_ts --> module_src_host_layout_utils_escapeStringLiteral_ts
  module_src_host_layout_templates_nestedLayout_ts --> module_src_host_layout_templates_navigation_ts
  module_src_host_layout_templates_nestedLayout_ts --> module_src_host_layout_templates_utils_strings_ts
  module_src_host_layout_templates_redirect_ts --> module_src_host_layout_utils_escapeStringLiteral_ts
  module_src_host_layout_templates_rootLayout_test_ts --> module_src_host_layout_templates_rootLayout_ts
  module_src_host_layout_templates_rootLayout_ts --> module_src_host_layout_templates_navigation_ts
  module_src_host_layout_templates_rootLayout_ts --> module_src_host_layout_templates_utils_routes_ts
  module_src_host_layout_templates_rootLayout_ts --> module_src_host_layout_utils_escapeStringLiteral_ts
  module_src_host_layout_templates_rootLayout_ts --> module_src_host_modules_layout_ts
  module_src_host_layout_templates_screen_ts --> module_src_host_layout_templates_utils_strings_ts
  module_src_host_layout_templates_screen_ts --> module_src_host_layout_utils_escapeStringLiteral_ts
  module_src_host_manifestSystem_auth_shared_index_ts --> module_src_host_manifestSystem_auth_shared_global_auth_system_tpl_ts
  module_src_host_manifestSystem_auth_shared_index_ts --> module_src_host_manifestSystem_types_ts
  module_src_host_manifestSystem_index_ts --> module_src_host_manifestSystem_auth_index_ts
  module_src_host_manifestSystem_index_ts --> module_src_host_manifestSystem_types_ts
  module_src_host_manifestSystem_index_ts --> module_src_host_utils_requirementsInference_ts
  module_src_host_modules_catalog_ts --> module_src_host_modules_layout_ts
  module_src_host_oauthFixtureConsumer_smoke_test_ts --> module_src_host_orchestrator_moduleManager_ts
  module_src_host_oauthFixtureConsumer_smoke_test_ts --> module_src_host_orchestrator_projectManager_ts
  module_src_host_oauthFixtureConsumer_smoke_test_ts --> module_src_host_templateRegistry_index_ts
  module_src_host_orchestrator_generatedAppFiles_ts --> module_src_host_zoraExtensions_index_ts
  module_src_host_orchestrator_infraGenerator_ts --> module_src_host_orchestrator_infraValidation_ts
  module_src_host_orchestrator_infraRuntime_test_ts --> module_src_host_orchestrator_infraRuntime_ts
  module_src_host_orchestrator_infraRuntime_ts --> module_src_host_orchestrator_projectPaths_ts
  module_src_host_orchestrator_moduleManager_ts --> module_src_host_modules_catalog_ts
  module_src_host_orchestrator_moduleManager_ts --> module_src_host_modules_runtime_LocalFsTargetAdapter_ts
  module_src_host_orchestrator_moduleManager_ts --> module_src_host_orchestrator_projectManager_ts
  module_src_host_orchestrator_moduleManager_ts --> module_src_host_orchestrator_resolveMutations_ts
  module_src_host_orchestrator_projectCreationSafety_test_ts --> module_src_host_orchestrator_projectManager_ts
  module_src_host_orchestrator_projectCreationSafety_test_ts --> module_src_host_templateRegistry_index_ts
  module_src_host_orchestrator_projectCreationSafety_test_ts --> module_src_projectIdentity_ts
  module_src_host_orchestrator_projectDeletion_test_ts --> module_src_host_orchestrator_projectDeletion_ts
  module_src_host_orchestrator_projectManager_ts --> module_src_host_layout_layoutGenerator_ts
  module_src_host_orchestrator_projectManager_ts --> module_src_host_manifestSystem_index_ts
  module_src_host_orchestrator_projectManager_ts --> module_src_host_modules_layout_ts
  module_src_host_orchestrator_projectManager_ts --> module_src_host_orchestrator_generatedRouteCleanup_ts
  module_src_host_orchestrator_projectManager_ts --> module_src_host_orchestrator_infraGenerator_ts
  module_src_host_orchestrator_projectManager_ts --> module_src_host_orchestrator_infraRuntime_ts
  module_src_host_orchestrator_projectManager_ts --> module_src_host_orchestrator_projectDeletion_ts
  module_src_host_orchestrator_projectManager_ts --> module_src_host_orchestrator_projectPaths_ts
  module_src_host_orchestrator_projectManager_ts --> module_src_host_orchestrator_projectStore_ts
  module_src_host_orchestrator_projectManager_ts --> module_src_host_orchestrator_resolveMutations_ts
  module_src_host_orchestrator_projectManager_ts --> module_src_host_orchestrator_scaffolder_ts
  module_src_host_orchestrator_projectManager_ts --> module_src_host_orchestrator_templates_ts
  module_src_host_orchestrator_projectManager_ts --> module_src_host_orchestrator_workspaceRuntime_ts
  module_src_host_orchestrator_projectManager_ts --> module_src_host_templateRegistry_index_ts
  module_src_host_orchestrator_projectManager_ts --> module_src_host_zoraExtensions_index_ts
  module_src_host_orchestrator_projectManager_ts --> module_src_projectIdentity_ts
  module_src_host_orchestrator_projectManagerDeletion_test_ts --> module_src_host_orchestrator_projectManager_ts
  module_src_host_orchestrator_projectStore_ts --> module_src_contractGuards_ts
  module_src_host_orchestrator_projectStore_ts --> module_src_host_orchestrator_projectPaths_ts
  module_src_host_orchestrator_projectStore_ts --> module_src_projectWorkspaceContracts_ts
  module_src_host_orchestrator_projectStoreSummary_test_ts --> module_src_host_orchestrator_projectStore_ts
  module_src_host_orchestrator_resolveMutations_ts --> module_src_host_modules_catalog_ts
  module_src_host_orchestrator_resolveMutations_ts --> module_src_host_modules_layout_ts
  module_src_host_orchestrator_scaffolder_ts --> module_src_host_manifestSystem_index_ts
  module_src_host_orchestrator_scaffolder_ts --> module_src_host_orchestrator_generatedAppFiles_ts
  module_src_host_orchestrator_scaffolder_ts --> module_src_host_orchestrator_templates_ts
  module_src_host_orchestrator_scaffolder_ts --> module_src_host_templateRegistry_index_ts
  module_src_host_orchestrator_scaffolder_ts --> module_src_host_zoraExtensions_index_ts
  module_src_host_orchestrator_studioInfraUp_ts --> module_src_host_orchestrator_infraRuntime_ts
  module_src_host_orchestrator_studioInfraUp_ts --> module_src_host_orchestrator_projectManager_ts
  module_src_host_orchestrator_studioInfraUp_ts --> module_src_host_secrets_trustedOAuthInfraEnvironment_ts
  module_src_host_orchestrator_templates_test_ts --> module_src_host_orchestrator_templates_ts
  module_src_host_secrets_projectSecretService_test_ts --> module_src_authSettings_ts
  module_src_host_secrets_projectSecretService_test_ts --> module_src_host_secrets_projectSecretService_ts
  module_src_host_secrets_projectSecretService_ts --> module_src_host_orchestrator_projectManager_ts
  module_src_host_secrets_projectSecretService_ts --> module_src_host_orchestrator_projectPaths_ts
  module_src_host_secrets_projectSecretService_ts --> module_src_host_secrets_bunSupabaseVaultClient_ts
  module_src_host_secrets_projectSecretService_ts --> module_src_host_secrets_resolveProjectSecretDatabaseUrl_ts
  module_src_host_secrets_projectSecretService_ts --> module_src_projectSecretUsage_ts
  module_src_host_secrets_resolveProjectSecretDatabaseUrl_test_ts --> module_src_host_secrets_resolveProjectSecretDatabaseUrl_ts
  module_src_host_secrets_trustedOAuthInfraEnvironment_test_ts --> module_src_host_secrets_trustedOAuthInfraEnvironment_ts
  module_src_host_secrets_trustedOAuthInfraEnvironment_ts --> module_src_host_orchestrator_projectManager_ts
  module_src_host_secrets_trustedOAuthInfraEnvironment_ts --> module_src_host_secrets_projectSecretService_ts
  module_src_host_studioInfra_e2e_test_ts --> module_src_host_orchestrator_infraRuntime_ts
  module_src_host_studioInfra_e2e_test_ts --> module_src_host_orchestrator_projectManager_ts
  module_src_host_studioInfra_e2e_test_ts --> module_src_host_orchestrator_studioInfraUp_ts
  module_src_host_studioInfra_e2e_test_ts --> module_src_host_secrets_trustedOAuthInfraEnvironment_ts
+   module_src_host_studioWorkspaceExpoWeb_smoke_test_ts --> module_src_host_templateRegistry_index_ts
  module_src_host_templateRegistry_catalog_test_ts --> module_src_host_templateRegistry_index_ts
+   module_src_host_templateRegistry_index_ts --> module_src_templateCatalogContracts_ts
  module_src_host_zoraExtensions_index_ts --> module_src_host_templateRegistry_index_ts
  module_src_index_test_ts --> module_src_index_ts
  module_src_index_ts --> module_src_authSettings_ts
  module_src_insertModalModel_public_test_ts --> module_src_index_ts
  module_src_insertModalModel_public_test_ts --> module_src_insertModalModel_ts
  module_src_insertModalModel_test_ts --> module_src_index_ts
  module_src_insertModalModel_test_ts --> module_src_insertModalModel_ts
  module_src_insertModalModel_ts --> module_src_index_ts
  module_src_localizationConfig_public_test_ts --> module_src_localizationConfig_ts
  module_src_localizationConfig_test_ts --> module_src_localizationConfig_ts
  module_src_localizationPanelModel_test_ts --> module_src_localizationPanelModel_ts
  module_src_manifestNavigatorPreviewModel_public_test_ts --> module_src_manifestNavigatorPreviewModel_ts
  module_src_manifestNavigatorPreviewModel_test_ts --> module_src_manifestNavigatorPreviewModel_ts
  module_src_manifestNavigatorPreviewModel_ts --> module_src_routeUtils_ts
  module_src_manifestState_public_test_ts --> module_src_index_ts
  module_src_manifestState_public_test_ts --> module_src_manifestState_ts
  module_src_manifestState_routes_test_ts --> module_src_index_ts
  module_src_manifestState_routes_test_ts --> module_src_manifestState_ts
  module_src_manifestState_test_ts --> module_src_index_ts
  module_src_manifestState_test_ts --> module_src_manifestState_ts
  module_src_manifestState_ts --> module_src_index_ts
  module_src_manifestSync_test_ts --> module_src_index_ts
  module_src_manifestSync_test_ts --> module_src_manifestSync_ts
  module_src_manifestSync_ts --> module_src_index_ts
  module_src_projectAuthApi_test_ts --> module_src_projectAuthApi_ts
  module_src_projectAuthApi_ts --> module_src_projectAuthHealth_ts
  module_src_projectAuthApi_ts --> module_src_secretResponseGuard_ts
  module_src_projectAuthHealth_test_ts --> module_src_projectAuthHealth_ts
  module_src_projectAuthHealth_ts --> module_src_authSettings_ts
  module_src_projectIdentity_test_ts --> module_src_projectIdentity_ts
  module_src_projectIdentity_test_ts --> module_src_projectWorkspaceContracts_ts
  module_src_projectIdentity_ts --> module_src_projectWorkspaceContracts_ts
  module_src_projectSecretApi_test_ts --> module_src_projectSecretApi_ts
  module_src_projectSecretApi_ts --> module_src_projectSecretUsage_ts
  module_src_projectSecretApi_ts --> module_src_secretResponseGuard_ts
  module_src_projectSecretUsage_test_ts --> module_src_projectSecretUsage_ts
  module_src_routeUtils_public_test_ts --> module_src_routeUtils_ts
  module_src_routeUtils_test_ts --> module_src_routeUtils_ts
  module_src_runtime_previewRuntimeConfig_ts --> module_src_runtime_actionSuppression_ts
  module_src_runtime_previewRuntimeConfig_ts --> module_src_runtime_previewRegistry_ts
  module_src_runtime_registry_tsx --> module_src_runtime_appExtensionRegistry_ts
  module_src_runtime_useRuntimeAction_ts --> module_src_runtime_runtimeActions_ts
  module_src_runtimeDiagnosticsModel_test_ts --> module_src_runtimeDiagnosticsModel_ts
  module_src_runtimeLocalization_public_test_ts --> module_src_runtimeLocalization_ts
  module_src_runtimeLocalization_test_ts --> module_src_runtimeLocalization_ts
  module_src_secretResponseGuard_test_ts --> module_src_secretResponseGuard_ts
  module_src_studioAdminRouteModel_test_ts --> module_src_studioAdminRouteModel_ts
  module_src_studioAdminRouteModel_ts --> module_src_index_ts
  module_src_studioSelectionModel_knip_test_ts --> module_src_studioSelectionModel_ts
  module_src_studioSelectionModel_test_ts --> module_src_studioSelectionModel_ts
  module_src_ui_admin_AnkhAdminPage_tsx --> module_src_core_StudioContext_ts
  module_src_ui_admin_AnkhAdminPage_tsx --> module_src_index_ts
  module_src_ui_admin_AnkhAdminPage_tsx --> module_src_studioAdminRouteModel_ts
  module_src_ui_admin_AnkhAdminPage_tsx --> module_src_ui_admin_pages_ApisAdminPage_tsx
  module_src_ui_admin_AnkhAdminPage_tsx --> module_src_ui_admin_pages_AuthAdminPage_tsx
  module_src_ui_admin_AnkhAdminPage_tsx --> module_src_ui_admin_pages_OverviewAdminPage_tsx
  module_src_ui_admin_AnkhAdminPage_tsx --> module_src_ui_admin_pages_PropertiesAdminPage_tsx
  module_src_ui_admin_AnkhAdminPage_tsx --> module_src_ui_admin_pages_SecretsAdminPage_tsx
  module_src_ui_admin_AnkhAdminPage_tsx --> module_src_ui_admin_pages_ThemeAdminPage_tsx
  module_src_ui_admin_AnkhAdminShell_tsx --> module_src_core_StudioContext_ts
  module_src_ui_admin_AnkhAdminShell_tsx --> module_src_index_ts
  module_src_ui_admin_AnkhAdminShell_tsx --> module_src_studioAdminRouteModel_ts
  module_src_ui_admin_AuthAdminSession_tsx --> module_src_ui_admin_pages_adminAuthCredentialFlow_ts
  module_src_ui_admin_AuthAdminSession_tsx --> module_src_ui_admin_pages_adminAuthSessionModel_ts
  module_src_ui_admin_pages_adminAuthCredentialFlow_test_ts --> module_src_authSettings_ts
  module_src_ui_admin_pages_adminAuthCredentialFlow_test_ts --> module_src_ui_admin_pages_adminAuthCredentialFlow_ts
  module_src_ui_admin_pages_adminAuthCredentialFlow_ts --> module_src_authSettings_ts
  module_src_ui_admin_pages_adminAuthHealthFlow_test_ts --> module_src_projectAuthHealth_ts
  module_src_ui_admin_pages_adminAuthHealthFlow_test_ts --> module_src_ui_admin_pages_adminAuthHealthFlow_ts
  module_src_ui_admin_pages_adminAuthHealthFlow_ts --> module_src_projectAuthHealth_ts
  module_src_ui_admin_pages_adminAuthSessionModel_test_ts --> module_src_authSettings_ts
  module_src_ui_admin_pages_adminAuthSessionModel_test_ts --> module_src_ui_admin_pages_adminAuthCredentialFlow_ts
  module_src_ui_admin_pages_adminAuthSessionModel_test_ts --> module_src_ui_admin_pages_adminAuthSessionModel_ts
  module_src_ui_admin_pages_adminAuthSessionModel_ts --> module_src_authSettings_ts
  module_src_ui_admin_pages_adminAuthSessionModel_ts --> module_src_ui_admin_pages_adminAuthCredentialFlow_ts
  module_src_ui_admin_pages_adminDataSourceOperations_ts --> module_src_ui_admin_adminPageUtils_ts
  module_src_ui_admin_pages_adminThemeModel_test_ts --> module_src_ui_admin_pages_adminThemeModel_ts
  module_src_ui_admin_pages_adminThemeModel_ts --> module_src_index_ts
  module_src_ui_admin_pages_ApisAdminPage_test_ts --> module_src_ui_admin_pages_adminDataSourceOperations_ts
  module_src_ui_admin_pages_ApisAdminPage_tsx --> module_src_core_StudioContext_ts
  module_src_ui_admin_pages_ApisAdminPage_tsx --> module_src_index_ts
  module_src_ui_admin_pages_ApisAdminPage_tsx --> module_src_ui_admin_adminPagePrimitives_tsx
  module_src_ui_admin_pages_ApisAdminPage_tsx --> module_src_ui_admin_adminPageUtils_ts
  module_src_ui_admin_pages_ApisAdminPage_tsx --> module_src_ui_admin_pages_adminDataSourceOperations_ts
  module_src_ui_admin_pages_AuthAdminPage_tsx --> module_src_authSettings_ts
  module_src_ui_admin_pages_AuthAdminPage_tsx --> module_src_core_StudioContext_ts
  module_src_ui_admin_pages_AuthAdminPage_tsx --> module_src_index_ts
  module_src_ui_admin_pages_AuthAdminPage_tsx --> module_src_projectAuthApi_ts
  module_src_ui_admin_pages_AuthAdminPage_tsx --> module_src_projectAuthHealth_ts
  module_src_ui_admin_pages_AuthAdminPage_tsx --> module_src_projectSecretApi_ts
  module_src_ui_admin_pages_AuthAdminPage_tsx --> module_src_ui_admin_AuthAdminSession_tsx
  module_src_ui_admin_pages_AuthAdminPage_tsx --> module_src_ui_admin_pages_adminAuthCredentialFlow_ts
  module_src_ui_admin_pages_AuthAdminPage_tsx --> module_src_ui_admin_pages_adminAuthHealthFlow_ts
  module_src_ui_admin_pages_AuthAdminPage_tsx --> module_src_ui_admin_pages_adminAuthSessionModel_ts
  module_src_ui_admin_pages_OverviewAdminPage_tsx --> module_src_core_StudioContext_ts
  module_src_ui_admin_pages_OverviewAdminPage_tsx --> module_src_ui_admin_adminPagePrimitives_tsx
  module_src_ui_admin_pages_PropertiesAdminPage_tsx --> module_src_core_StudioContext_ts
  module_src_ui_admin_pages_PropertiesAdminPage_tsx --> module_src_manifestState_ts
  module_src_ui_admin_pages_PropertiesAdminPage_tsx --> module_src_ui_admin_adminPagePrimitives_tsx
  module_src_ui_admin_pages_PropertiesAdminPage_tsx --> module_src_ui_admin_adminPageUtils_ts
  module_src_ui_admin_pages_SecretsAdminPage_tsx --> module_src_projectSecretApi_ts
  module_src_ui_admin_pages_SecretsAdminPage_tsx --> module_src_projectSecretUsage_ts
  module_src_ui_admin_pages_SecretsAdminPage_tsx --> module_src_ui_admin_AuthAdminSession_tsx
  module_src_ui_admin_pages_SecretsAdminPage_tsx --> module_src_ui_admin_pages_adminAuthSessionModel_ts
  module_src_ui_admin_pages_ThemeAdminPage_test_ts --> module_src_ui_admin_pages_adminThemeHarmony_ts
  module_src_ui_admin_pages_ThemeAdminPage_tsx --> module_src_core_StudioContext_ts
  module_src_ui_admin_pages_ThemeAdminPage_tsx --> module_src_index_ts
  module_src_ui_admin_pages_ThemeAdminPage_tsx --> module_src_ui_admin_adminPagePrimitives_tsx
  module_src_ui_admin_pages_ThemeAdminPage_tsx --> module_src_ui_admin_pages_adminThemeHarmony_ts
  module_src_ui_admin_pages_ThemeAdminPage_tsx --> module_src_ui_admin_pages_adminThemeModel_ts
  module_src_ui_AnkhStudio_ts --> module_src_core_StudioContext_ts
  module_src_ui_useStudioAppBarAugmentation_ts --> module_src_core_StudioContext_ts
  module_src_ui_useStudioAppBarAugmentation_ts --> module_src_studioAdminRouteModel_ts
  module_src_utils_treeUtils_ts --> module_src_index_ts
+   module_src_workspacePlatform_test_ts --> module_src_workspacePlatform_ts
  module_src_workspaceSearch_ts --> module_src_projectWorkspaceContracts_ts
  module_src_workspaceSearch_ts --> module_src_templateCatalogContracts_ts
